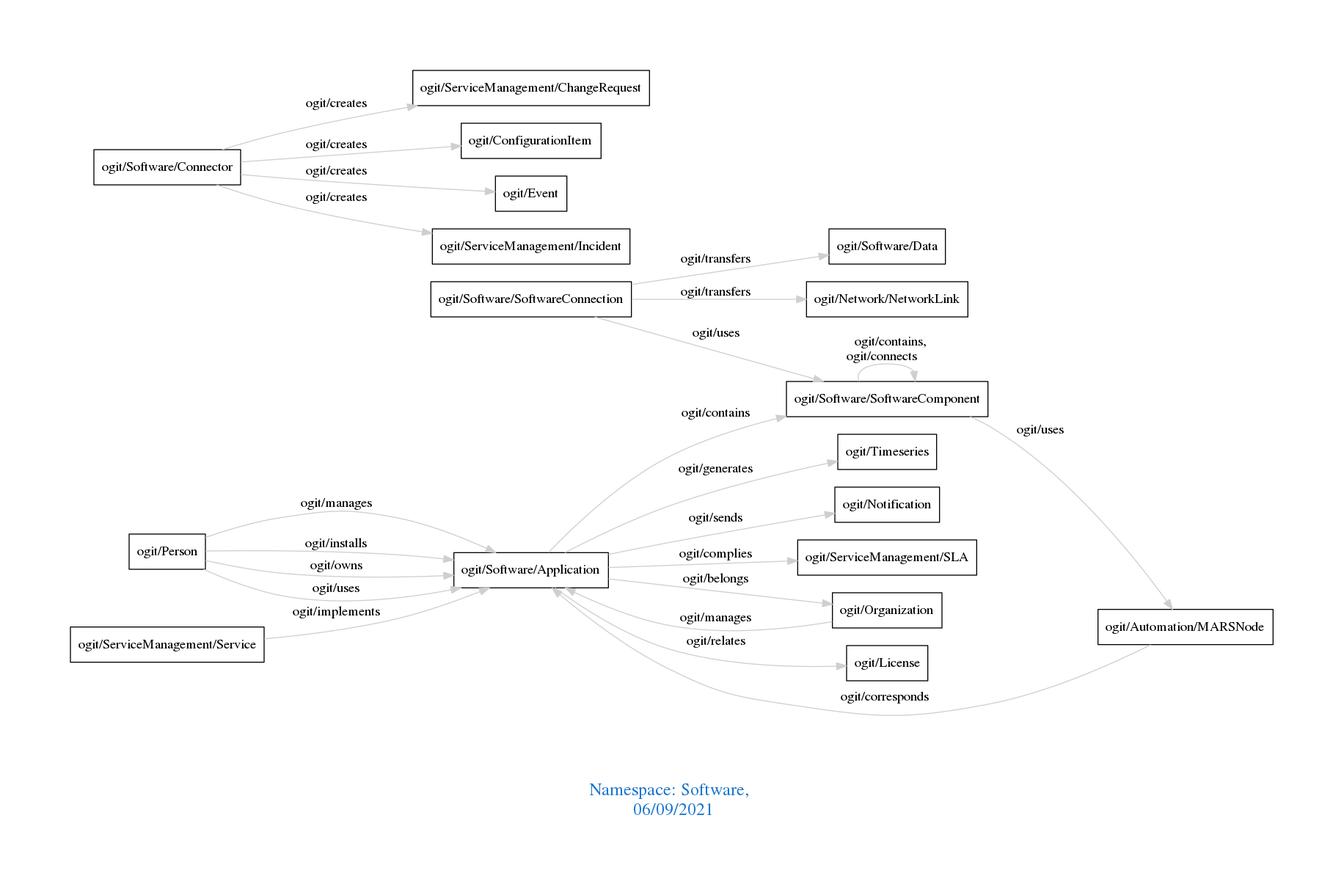
Above: downloads/Software.png in arago/OGIT (Graphviz), before the change. Its source is kept beside it as downloads/Software.dot.
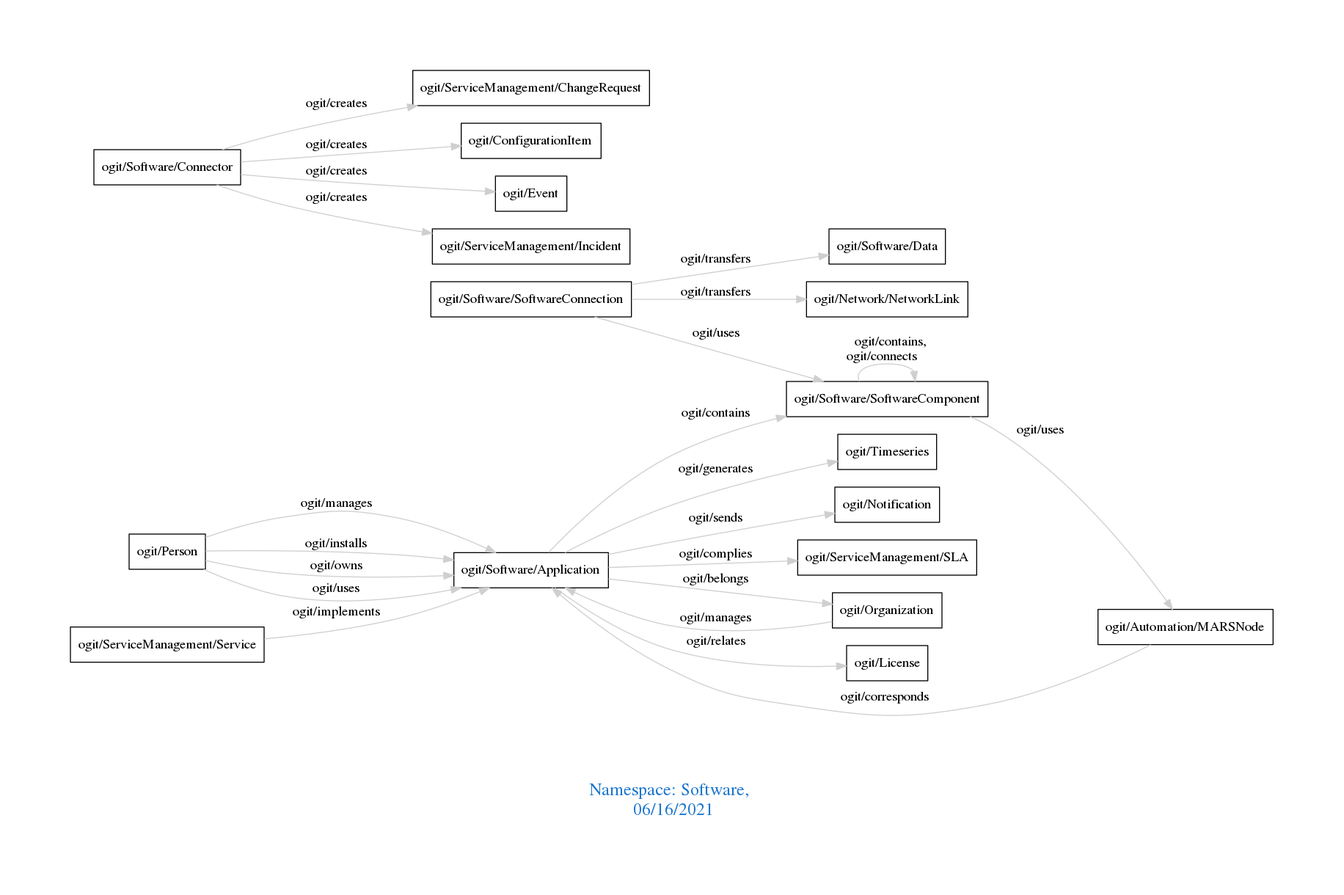
After the change.

Change to the diagram source:
```diff
@@ -1,7 +1,7 @@
 digraph OGIT_ontology {
  graph [ rankdir= LR,pad=1
 fontsize = 18,
-fontcolor= dodgerblue3,label = "\n\n\nNamespace: Software, \n 06/09/2021"];
+fontcolor= dodgerblue3,label = "\n\n\nNamespace: Software, \n 06/16/2021"];
 node[shape=polygon];
 edge [  color="gray81"];
 
```
